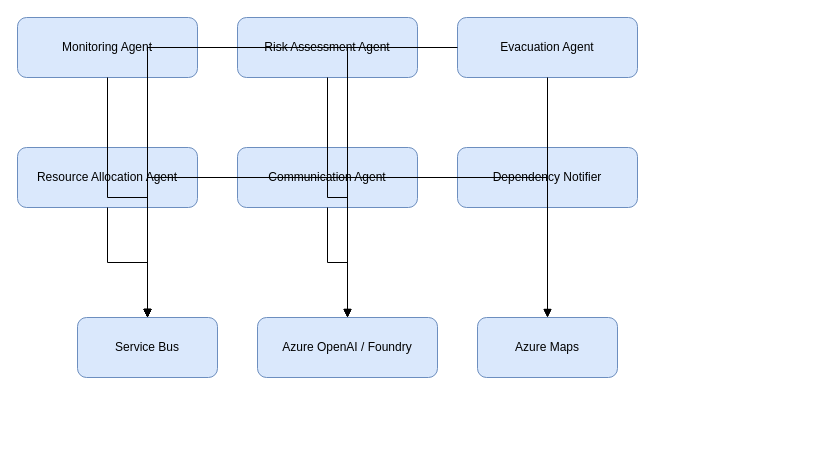
Above: docs/architecture/c4/component-agents.drawio in johnbilliris/ama (draw.io), before the change. Source tidied: cells renumbered, new cells numbered last; positions are measured from the earlier drawing's top-left corner, leaving out a move shared by most shapes. Both pictures are drawn from the tidied source at 100%, with x=0, y=0 at pixel (17, 17).
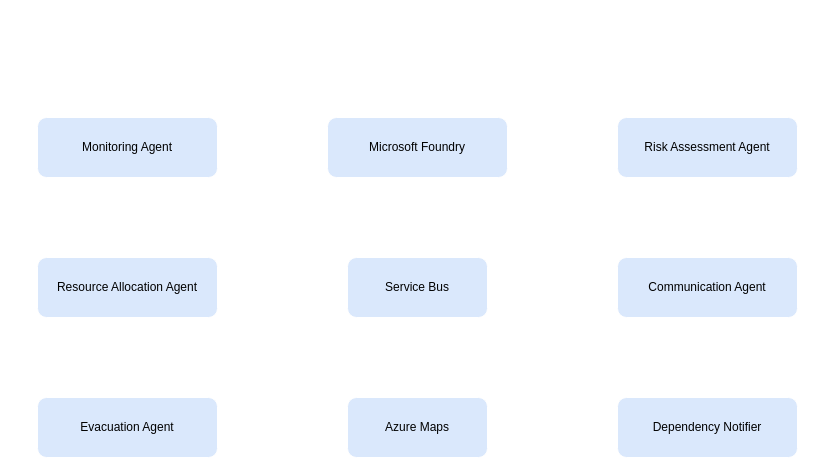
After the change.

Diff of the diagram source:
```diff
@@
-    <mxCell id="2" value="Monitoring Agent" style="rounded=1;whiteSpace=wrap;html=1;fillColor=#dae8fc;strokeColor=#6c8ebf;fontSize=12;" parent="1" vertex="1">
-      <mxGeometry width="180" height="60" as="geometry" />
+    <mxCell id="2" value="Monitoring Agent" style="rounded=1;whiteSpace=wrap;html=1;fillColor=#dae8fc;strokeColor=#FFFFFF;fontSize=12;" parent="1" vertex="1">
+      <mxGeometry x="20" y="100" width="180" height="60" as="geometry" />
     </mxCell>
-    <mxCell id="3" value="Risk Assessment Agent" style="rounded=1;whiteSpace=wrap;html=1;fillColor=#dae8fc;strokeColor=#6c8ebf;fontSize=12;" parent="1" vertex="1">
-      <mxGeometry x="220" width="180" height="60" as="geometry" />
+    <mxCell id="3" value="Risk Assessment Agent" style="rounded=1;whiteSpace=wrap;html=1;fillColor=#dae8fc;strokeColor=#FFFFFF;fontSize=12;" parent="1" vertex="1">
+      <mxGeometry x="600" y="100" width="180" height="60" as="geometry" />
     </mxCell>
-    <mxCell id="4" value="Evacuation Agent" style="rounded=1;whiteSpace=wrap;html=1;fillColor=#dae8fc;strokeColor=#6c8ebf;fontSize=12;" parent="1" vertex="1">
-      <mxGeometry x="440" width="180" height="60" as="geometry" />
+    <mxCell id="4" value="Evacuation Agent" style="rounded=1;whiteSpace=wrap;html=1;fillColor=#dae8fc;strokeColor=#FFFFFF;fontSize=12;" parent="1" vertex="1">
+      <mxGeometry x="20" y="380" width="180" height="60" as="geometry" />
     </mxCell>
-    <mxCell id="5" value="Resource Allocation Agent" style="rounded=1;whiteSpace=wrap;html=1;fillColor=#dae8fc;strokeColor=#6c8ebf;fontSize=12;" parent="1" vertex="1">
-      <mxGeometry y="130" width="180" height="60" as="geometry" />
+    <mxCell id="5" value="Resource Allocation Agent" style="rounded=1;whiteSpace=wrap;html=1;fillColor=#dae8fc;strokeColor=#FFFFFF;fontSize=12;" parent="1" vertex="1">
+      <mxGeometry x="20" y="240" width="180" height="60" as="geometry" />
     </mxCell>
-    <mxCell id="6" value="Communication Agent" style="rounded=1;whiteSpace=wrap;html=1;fillColor=#dae8fc;strokeColor=#6c8ebf;fontSize=12;" parent="1" vertex="1">
-      <mxGeometry x="220" y="130" width="180" height="60" as="geometry" />
+    <mxCell id="6" value="Communication Agent" style="rounded=1;whiteSpace=wrap;html=1;fillColor=#dae8fc;strokeColor=#FFFFFF;fontSize=12;" parent="1" vertex="1">
+      <mxGeometry x="600" y="240" width="180" height="60" as="geometry" />
     </mxCell>
-    <mxCell id="7" value="Dependency Notifier" style="rounded=1;whiteSpace=wrap;html=1;fillColor=#dae8fc;strokeColor=#6c8ebf;fontSize=12;" parent="1" vertex="1">
-      <mxGeometry x="440" y="130" width="180" height="60" as="geometry" />
+    <mxCell id="7" value="Dependency Notifier" style="rounded=1;whiteSpace=wrap;html=1;fillColor=#dae8fc;strokeColor=#FFFFFF;fontSize=12;" parent="1" vertex="1">
+      <mxGeometry x="600" y="380" width="180" height="60" as="geometry" />
     </mxCell>
-    <mxCell id="8" value="Service Bus" style="rounded=1;whiteSpace=wrap;html=1;fillColor=#dae8fc;strokeColor=#6c8ebf;fontSize=12;" parent="1" vertex="1">
-      <mxGeometry x="60" y="300" width="140" height="60" as="geometry" />
+    <mxCell id="8" value="Service Bus" style="rounded=1;whiteSpace=wrap;html=1;fillColor=#dae8fc;strokeColor=#FFFFFF;fontSize=12;" parent="1" vertex="1">
+      <mxGeometry x="330" y="240" width="140" height="60" as="geometry" />
     </mxCell>
-    <mxCell id="9" value="Azure OpenAI / Foundry" style="rounded=1;whiteSpace=wrap;html=1;fillColor=#dae8fc;strokeColor=#6c8ebf;fontSize=12;" parent="1" vertex="1">
-      <mxGeometry x="240" y="300" width="180" height="60" as="geometry" />
+    <mxCell id="9" value="Microsoft Foundry" style="rounded=1;whiteSpace=wrap;html=1;fillColor=#dae8fc;strokeColor=#FFFFFF;fontSize=12;" parent="1" vertex="1">
+      <mxGeometry x="310" y="100" width="180" height="60" as="geometry" />
     </mxCell>
-    <mxCell id="10" value="Azure Maps" style="rounded=1;whiteSpace=wrap;html=1;fillColor=#dae8fc;strokeColor=#6c8ebf;fontSize=12;" parent="1" vertex="1">
-      <mxGeometry x="460" y="300" width="140" height="60" as="geometry" />
+    <mxCell id="10" value="Azure Maps" style="rounded=1;whiteSpace=wrap;html=1;fillColor=#dae8fc;strokeColor=#FFFFFF;fontSize=12;" parent="1" vertex="1">
+      <mxGeometry x="330" y="380" width="140" height="60" as="geometry" />
     </mxCell>
-    <mxCell id="11" style="edgeStyle=orthogonalEdgeStyle;rounded=0;jettySize=auto;html=1;endArrow=block;endFill=1;" parent="1" edge="1" source="2" target="8">
-      <mxGeometry relative="1" as="geometry" />
+    <mxCell id="11" style="edgeStyle=orthogonalEdgeStyle;rounded=0;jettySize=auto;html=1;endArrow=block;endFill=1;strokeColor=#FFFFFF;" parent="1" edge="1" source="2">
+      <mxGeometry relative="1" as="geometry">
+        <mxPoint x="330" y="260" as="targetPoint" />
+        <Array as="points">
+          <mxPoint x="280" y="140" />
+          <mxPoint x="280" y="260" />
+          <mxPoint x="330" y="260" />
+        </Array>
+      </mxGeometry>
     </mxCell>
-    <mxCell id="12" style="edgeStyle=orthogonalEdgeStyle;rounded=0;jettySize=auto;html=1;endArrow=block;endFill=1;" parent="1" edge="1" source="3" target="8">
-      <mxGeometry relative="1" as="geometry" />
+    <mxCell id="12" style="edgeStyle=orthogonalEdgeStyle;rounded=0;jettySize=auto;html=1;endArrow=block;endFill=1;strokeColor=#FFFFFF;" parent="1" edge="1" source="3">
+      <mxGeometry relative="1" as="geometry">
+        <mxPoint x="470" y="260" as="targetPoint" />
+        <Array as="points">
+          <mxPoint x="530" y="130" />
+          <mxPoint x="530" y="260" />
+          <mxPoint x="470" y="260" />
+        </Array>
+      </mxGeometry>
     </mxCell>
-    <mxCell id="13" style="edgeStyle=orthogonalEdgeStyle;rounded=0;jettySize=auto;html=1;endArrow=block;endFill=1;" parent="1" edge="1" source="4" target="8">
-      <mxGeometry relative="1" as="geometry" />
+    <mxCell id="13" style="edgeStyle=orthogonalEdgeStyle;rounded=0;jettySize=auto;html=1;endArrow=block;endFill=1;strokeColor=#FFFFFF;" parent="1" edge="1" source="4">
+      <mxGeometry relative="1" as="geometry">
+        <mxPoint x="330" y="280" as="targetPoint" />
+        <Array as="points">
+          <mxPoint x="280" y="410" />
+          <mxPoint x="280" y="280" />
+          <mxPoint x="330" y="280" />
+        </Array>
+      </mxGeometry>
     </mxCell>
-    <mxCell id="14" style="edgeStyle=orthogonalEdgeStyle;rounded=0;jettySize=auto;html=1;endArrow=block;endFill=1;" parent="1" edge="1" source="5" target="8">
+    <mxCell id="14" style="edgeStyle=orthogonalEdgeStyle;rounded=0;jettySize=auto;html=1;endArrow=block;endFill=1;strokeColor=#FFFFFF;" parent="1" edge="1" source="5" target="8">
       <mxGeometry relative="1" as="geometry" />
     </mxCell>
-    <mxCell id="15" style="edgeStyle=orthogonalEdgeStyle;rounded=0;jettySize=auto;html=1;endArrow=block;endFill=1;" parent="1" edge="1" source="6" target="8">
+    <mxCell id="15" style="edgeStyle=orthogonalEdgeStyle;rounded=0;jettySize=auto;html=1;endArrow=block;endFill=1;strokeColor=#FFFFFF;" parent="1" edge="1" source="6" target="8">
       <mxGeometry relative="1" as="geometry" />
     </mxCell>
-    <mxCell id="16" style="edgeStyle=orthogonalEdgeStyle;rounded=0;jettySize=auto;html=1;endArrow=block;endFill=1;" parent="1" edge="1" source="7" target="8">
-      <mxGeometry relative="1" as="geometry" />
+    <mxCell id="16" style="edgeStyle=orthogonalEdgeStyle;rounded=0;jettySize=auto;html=1;endArrow=block;endFill=1;entryX=1.002;entryY=0.653;entryDx=0;entryDy=0;jumpStyle=arc;jumpSize=10;entryPerimeter=0;strokeColor=#FFFFFF;" parent="1" edge="1" source="7" target="8">
+      <mxGeometry relative="1" as="geometry">
+        <Array as="points">
+          <mxPoint x="530" y="410" />
+          <mxPoint x="530" y="280" />
+          <mxPoint x="470" y="280" />
+        </Array>
+      </mxGeometry>
     </mxCell>
-    <mxCell id="17" style="edgeStyle=orthogonalEdgeStyle;rounded=0;jettySize=auto;html=1;endArrow=block;endFill=1;" parent="1" edge="1" source="2" target="9">
+    <mxCell id="17" style="edgeStyle=orthogonalEdgeStyle;rounded=0;jettySize=auto;html=1;endArrow=block;endFill=1;strokeColor=#FFFFFF;" parent="1" edge="1" source="2" target="9">
       <mxGeometry relative="1" as="geometry" />
     </mxCell>
-    <mxCell id="18" style="edgeStyle=orthogonalEdgeStyle;rounded=0;jettySize=auto;html=1;endArrow=block;endFill=1;" parent="1" edge="1" source="3" target="9">
+    <mxCell id="18" style="edgeStyle=orthogonalEdgeStyle;rounded=0;jettySize=auto;html=1;endArrow=block;endFill=1;strokeColor=#FFFFFF;" parent="1" edge="1" source="3" target="9">
       <mxGeometry relative="1" as="geometry" />
     </mxCell>
-    <mxCell id="19" style="edgeStyle=orthogonalEdgeStyle;rounded=0;jettySize=auto;html=1;endArrow=block;endFill=1;" parent="1" edge="1" source="4" target="10">
-      <mxGeometry relative="1" as="geometry" />
+    <mxCell id="19" style="edgeStyle=orthogonalEdgeStyle;rounded=0;jettySize=auto;html=1;endArrow=block;endFill=1;strokeColor=#FFFFFF;" parent="1" edge="1" source="4" target="10">
+      <mxGeometry relative="1" as="geometry">
+        <Array as="points">
+          <mxPoint x="260" y="420" />
+          <mxPoint x="260" y="420" />
+        </Array>
+      </mxGeometry>
     </mxCell>
-    <mxCell id="20" style="edgeStyle=orthogonalEdgeStyle;rounded=0;jettySize=auto;html=1;endArrow=block;endFill=1;" parent="1" edge="1" source="5" target="10">
-      <mxGeometry relative="1" as="geometry" />
+    <mxCell id="20" style="edgeStyle=orthogonalEdgeStyle;rounded=0;jettySize=auto;html=1;endArrow=block;endFill=1;jumpStyle=arc;jumpSize=10;strokeColor=#FFFFFF;" parent="1" edge="1" source="5" target="10">
+      <mxGeometry relative="1" as="geometry">
+        <Array as="points">
+          <mxPoint x="240" y="280" />
+          <mxPoint x="240" y="400" />
+        </Array>
+      </mxGeometry>
     </mxCell>
-    <mxCell id="21" style="edgeStyle=orthogonalEdgeStyle;rounded=0;jettySize=auto;html=1;endArrow=block;endFill=1;" parent="1" edge="1" source="6" target="9">
-      <mxGeometry relative="1" as="geometry" />
+    <mxCell id="21" style="edgeStyle=orthogonalEdgeStyle;rounded=0;jettySize=auto;html=1;endArrow=block;endFill=1;jumpStyle=arc;jumpSize=10;strokeColor=#FFFFFF;" parent="1" edge="1" source="6">
+      <mxGeometry relative="1" as="geometry">
+        <mxPoint x="490" y="140" as="targetPoint" />
+        <Array as="points">
+          <mxPoint x="545" y="260" />
+          <mxPoint x="545" y="140" />
+        </Array>
+      </mxGeometry>
     </mxCell>
```
